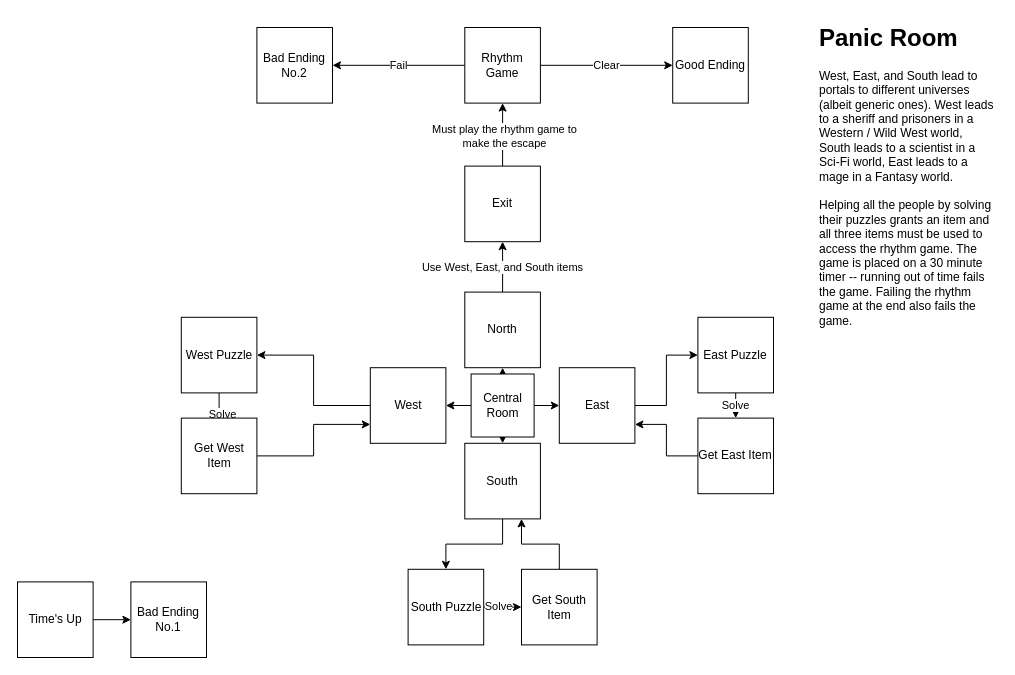
The draw.io diagram flowchart.drawio in jmantel-edu/beatverse, before the edit. Source tidied: cells renumbered, new cells numbered last; positions are measured from the earlier drawing's top-left corner, leaving out a move shared by most shapes. Both pictures are drawn from the tidied source at 100%, with x=0, y=0 at pixel (17, 17).
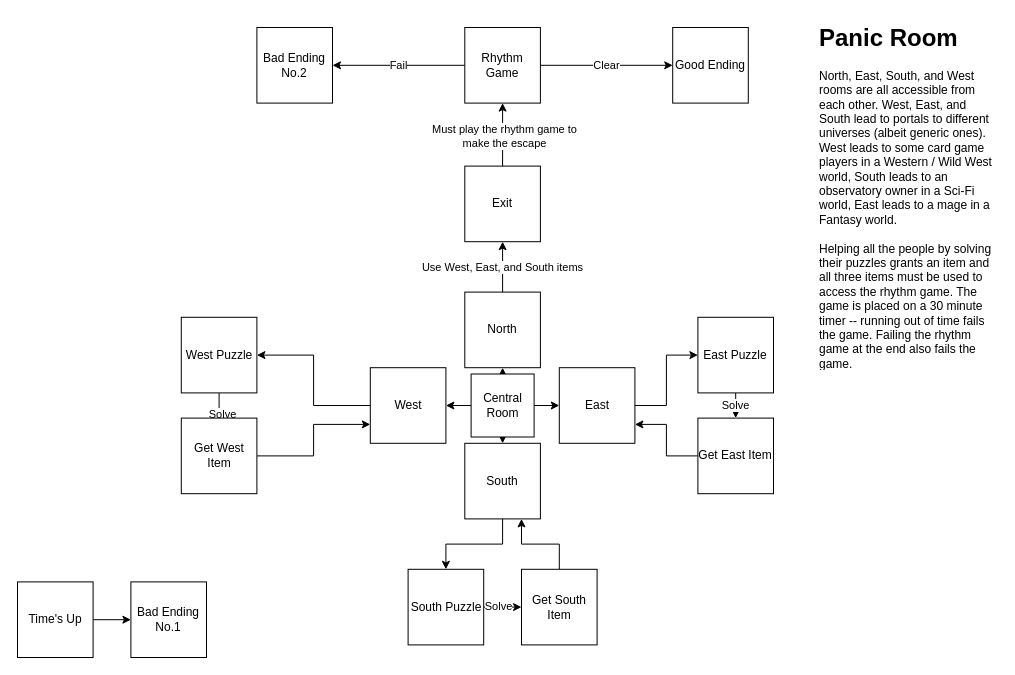
After the change.

Commit message:
Update flowchart to match content in the game

What changed in the source:
```diff
@@
-    <mxCell id="2" value="&lt;h1 style=&quot;margin-top: 0px;&quot;&gt;&lt;span style=&quot;background-color: transparent; color: light-dark(rgb(0, 0, 0), rgb(255, 255, 255));&quot;&gt;Panic Room&lt;/span&gt;&lt;/h1&gt;&lt;div&gt;West, East, and South lead to portals to different universes (albeit generic ones). West leads to a sheriff and prisoners in a Western / Wild West world, South leads to a scientist in a Sci-Fi world, East leads to a mage in a Fantasy world.&lt;span style=&quot;background-color: transparent; color: light-dark(rgb(0, 0, 0), rgb(255, 255, 255));&quot;&gt;&amp;nbsp;&lt;/span&gt;&lt;/div&gt;&lt;div&gt;&lt;span style=&quot;background-color: transparent; color: light-dark(rgb(0, 0, 0), rgb(255, 255, 255));&quot;&gt;&lt;br&gt;&lt;/span&gt;&lt;/div&gt;&lt;div&gt;&lt;span style=&quot;background-color: transparent; color: light-dark(rgb(0, 0, 0), rgb(255, 255, 255));&quot;&gt;Helping all the people by solving their puzzles grants an item and all three items must be used to access the rhythm game. The game is placed on a 30 minute timer -- running out of time fails the game. Failing the rhythm game at the end also fails the game.&lt;/span&gt;&lt;/div&gt;" style="text;html=1;whiteSpace=wrap;overflow=hidden;rounded=0;" parent="1" vertex="1">
+    <mxCell id="2" value="&lt;h1 style=&quot;margin-top: 0px;&quot;&gt;&lt;span style=&quot;background-color: transparent; color: light-dark(rgb(0, 0, 0), rgb(255, 255, 255));&quot;&gt;Panic Room&lt;/span&gt;&lt;/h1&gt;&lt;div&gt;North, East, South, and West rooms are all accessible from each other. West, East, and South lead to portals to different universes (albeit generic ones). West leads to some card game players in a Western / Wild West world, South leads to an observatory owner in a Sci-Fi world, East leads to a mage in a Fantasy world.&lt;span style=&quot;background-color: transparent; color: light-dark(rgb(0, 0, 0), rgb(255, 255, 255));&quot;&gt;&amp;nbsp;&lt;/span&gt;&lt;/div&gt;&lt;div&gt;&lt;span style=&quot;background-color: transparent; color: light-dark(rgb(0, 0, 0), rgb(255, 255, 255));&quot;&gt;&lt;br&gt;&lt;/span&gt;&lt;/div&gt;&lt;div&gt;&lt;span style=&quot;background-color: transparent; color: light-dark(rgb(0, 0, 0), rgb(255, 255, 255));&quot;&gt;Helping all the people by solving their puzzles grants an item and all three items must be used to access the rhythm game. The game is placed on a 30 minute timer -- running out of time fails the game. Failing the rhythm game at the end also fails the game.&lt;/span&gt;&lt;/div&gt;" style="text;html=1;whiteSpace=wrap;overflow=hidden;rounded=0;" parent="1" vertex="1">
       <mxGeometry x="800" width="180" height="350" as="geometry" />
     </mxCell>
```
